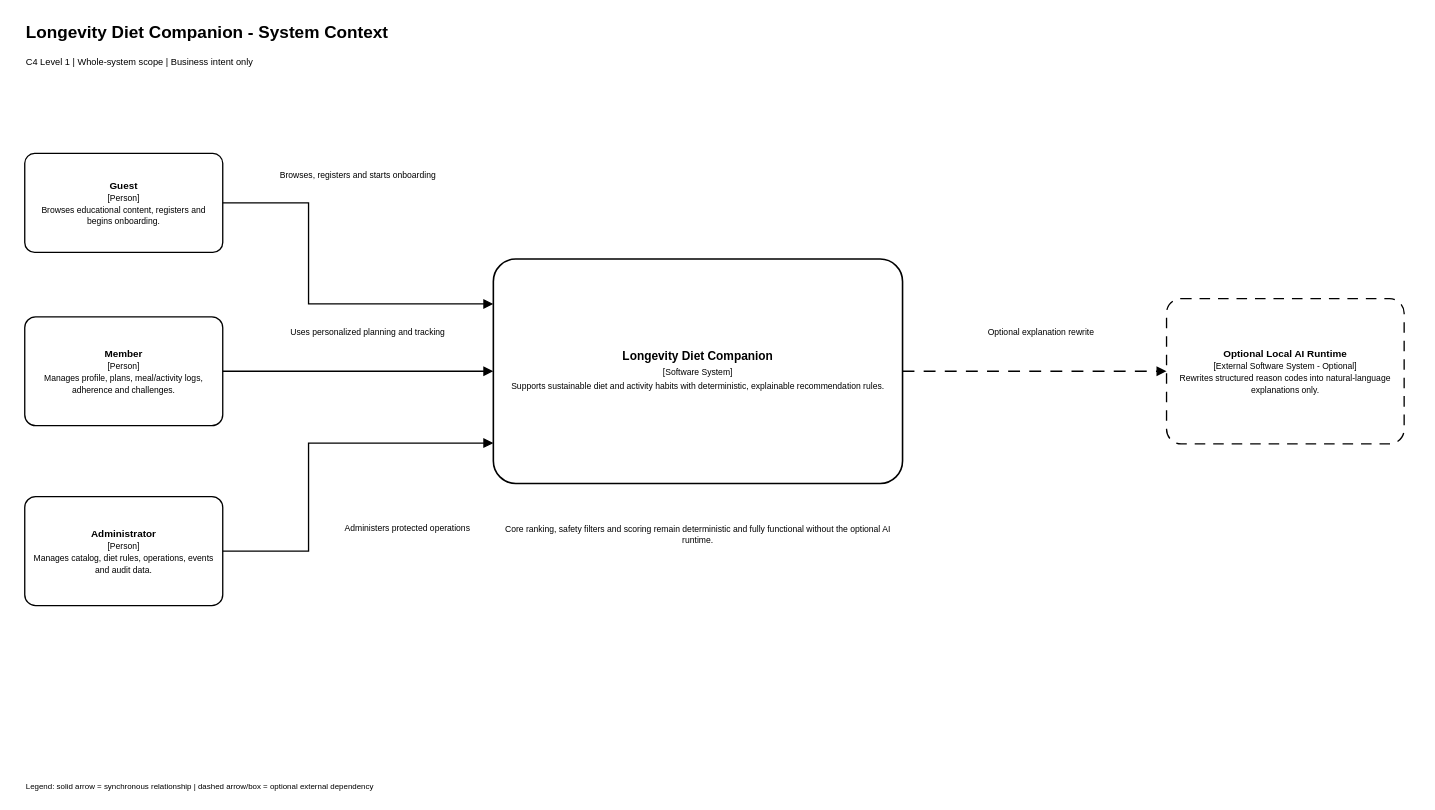
This is docs/architecture/01-system-context.drawio from YAHsaveme/FPTUSE_LongevityDiet, a draw.io file, before an edit. Source tidied: cells renumbered, new cells numbered last; positions are measured from the earlier drawing's top-left corner, leaving out a move shared by most shapes. Both pictures are drawn from the tidied source at 66%, with x=0, y=0 at pixel (24, 18).
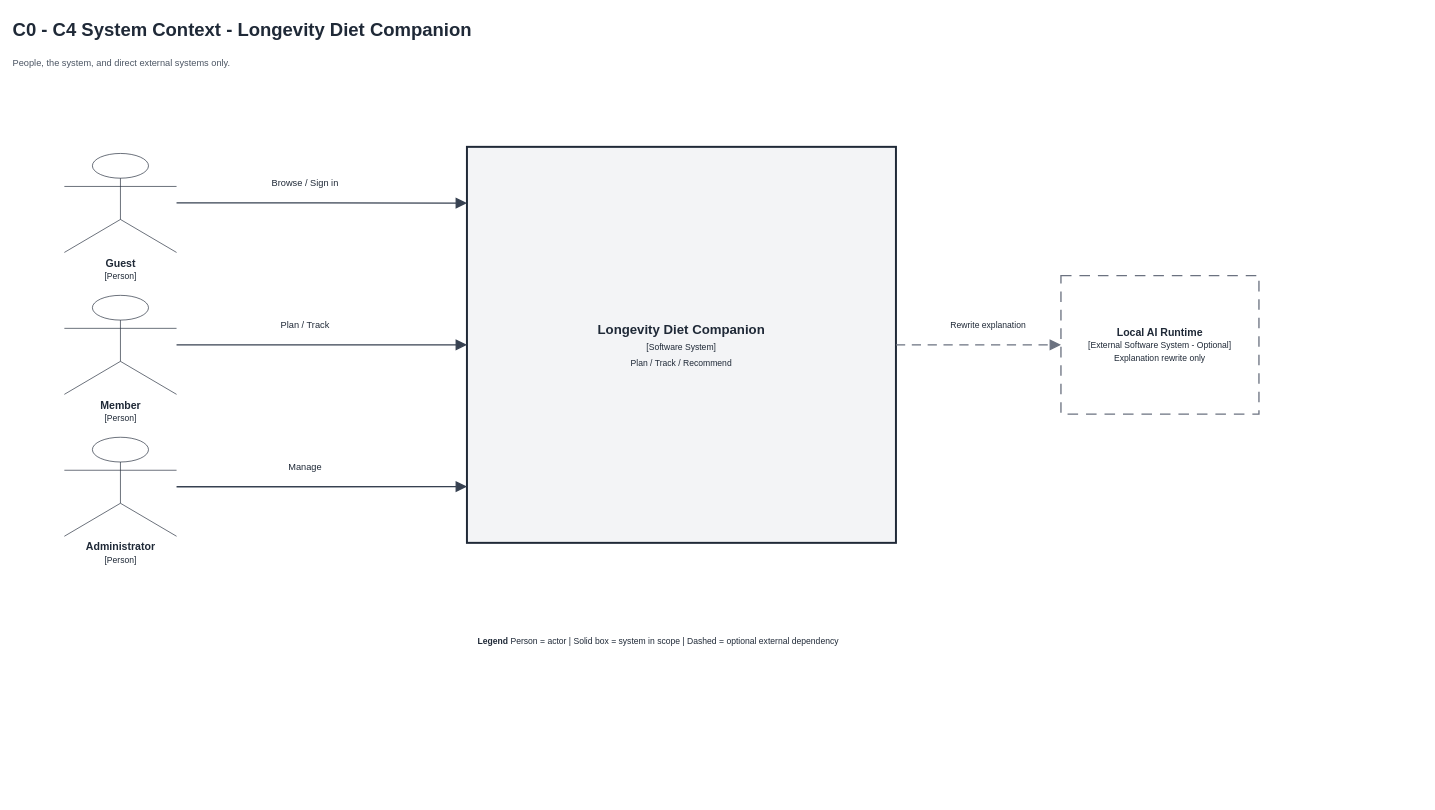
The same diagram, later.

Change to the diagram source:
```diff
@@
-<mxGraphModel background="#ffffff">
+<mxGraphModel>
@@
-    <mxCell id="2" value="&lt;b&gt;Longevity Diet Companion - System Context&lt;/b&gt;" style="text;html=1;strokeColor=none;fillColor=none;whiteSpace=wrap;fontColor=#000000;fontFamily=Arial;verticalAlign=middle;fontSize=26;align=left;" parent="1" vertex="1">
-      <mxGeometry width="2120" height="44" as="geometry" />
-    </mxCell>
-    <mxCell id="3" value="C4 Level 1 | Whole-system scope | Business intent only" style="text;html=1;strokeColor=none;fillColor=none;whiteSpace=wrap;fontColor=#000000;fontFamily=Arial;verticalAlign=middle;fontSize=14;align=left;" parent="1" vertex="1">
-      <mxGeometry y="50" width="2120" height="34" as="geometry" />
-    </mxCell>
-    <mxCell id="4" value="&lt;b&gt;Guest&lt;/b&gt;&lt;br&gt;&lt;span style=&quot;font-size:13px&quot;&gt;[Person]&lt;/span&gt;&lt;br&gt;&lt;span style=&quot;font-size:13px&quot;&gt;Browses educational content, registers and begins onboarding.&lt;/span&gt;" style="rounded=1;arcSize=10;whiteSpace=wrap;html=1;fillColor=#ffffff;strokeColor=#000000;strokeWidth=2;fontColor=#000000;fontFamily=Arial;align=center;verticalAlign=middle;spacing=12;fontSize=15;" parent="1" vertex="1">
-      <mxGeometry y="205" width="300" height="150" as="geometry" />
-    </mxCell>
-    <mxCell id="5" value="&lt;b&gt;Member&lt;/b&gt;&lt;br&gt;&lt;span style=&quot;font-size:13px&quot;&gt;[Person]&lt;/span&gt;&lt;br&gt;&lt;span style=&quot;font-size:13px&quot;&gt;Manages profile, plans, meal/activity logs, adherence and challenges.&lt;/span&gt;" style="rounded=1;arcSize=10;whiteSpace=wrap;html=1;fillColor=#ffffff;strokeColor=#000000;strokeWidth=2;fontColor=#000000;fontFamily=Arial;align=center;verticalAlign=middle;spacing=12;fontSize=15;" parent="1" vertex="1">
-      <mxGeometry y="452.5" width="300" height="165" as="geometry" />
-    </mxCell>
-    <mxCell id="6" value="&lt;b&gt;Administrator&lt;/b&gt;&lt;br&gt;&lt;span style=&quot;font-size:13px&quot;&gt;[Person]&lt;/span&gt;&lt;br&gt;&lt;span style=&quot;font-size:13px&quot;&gt;Manages catalog, diet rules, operations, events and audit data.&lt;/span&gt;" style="rounded=1;arcSize=10;whiteSpace=wrap;html=1;fillColor=#ffffff;strokeColor=#000000;strokeWidth=2;fontColor=#000000;fontFamily=Arial;align=center;verticalAlign=middle;spacing=12;fontSize=15;" parent="1" vertex="1">
-      <mxGeometry y="725" width="300" height="165" as="geometry" />
-    </mxCell>
-    <mxCell id="7" value="&lt;b&gt;Longevity Diet Companion&lt;/b&gt;&lt;br&gt;&lt;span style=&quot;font-size:13px&quot;&gt;[Software System]&lt;/span&gt;&lt;br&gt;&lt;span style=&quot;font-size:13px&quot;&gt;Supports sustainable diet and activity habits with deterministic, explainable recommendation rules.&lt;/span&gt;" style="rounded=1;arcSize=10;whiteSpace=wrap;html=1;fillColor=#ffffff;strokeColor=#000000;strokeWidth=2;fontColor=#000000;fontFamily=Arial;align=center;verticalAlign=middle;spacing=12;fontSize=18;strokeWidth=2.4;" parent="1" vertex="1">
-      <mxGeometry x="710" y="365" width="620" height="340" as="geometry" />
-    </mxCell>
-    <mxCell id="8" value="&lt;b&gt;Optional Local AI Runtime&lt;/b&gt;&lt;br&gt;&lt;span style=&quot;font-size:13px&quot;&gt;[External Software System - Optional]&lt;/span&gt;&lt;br&gt;&lt;span style=&quot;font-size:13px&quot;&gt;Rewrites structured reason codes into natural-language explanations only.&lt;/span&gt;" style="rounded=1;arcSize=10;whiteSpace=wrap;html=1;fillColor=#ffffff;strokeColor=#000000;strokeWidth=2;dashed=1;dashPattern=8 6;fontColor=#000000;fontFamily=Arial;align=center;verticalAlign=middle;spacing=12;fontSize=15;" parent="1" vertex="1">
-      <mxGeometry x="1730" y="425" width="360" height="220" as="geometry" />
-    </mxCell>
-    <mxCell id="9" style="edgeStyle=orthogonalEdgeStyle;rounded=0;jettySize=0;html=1;strokeColor=#000000;strokeWidth=2;endArrow=block;endFill=1;exitX=1;exitY=0.5;entryX=0;entryY=0.2;curved=0;sourceJettySize=0;targetJettySize=0;endSize=10;" parent="1" edge="1" source="4" target="7">
-      <mxGeometry relative="1" as="geometry">
-        <Array as="points">
-          <mxPoint x="430" y="280" />
-          <mxPoint x="430" y="433" />
-          <mxPoint x="710" y="433" />
-        </Array>
-      </mxGeometry>
-    </mxCell>
-    <mxCell id="10" style="edgeStyle=none;rounded=0;jettySize=0;html=1;strokeColor=#000000;strokeWidth=2;endArrow=block;endFill=1;exitX=1;exitY=0.5;entryX=0;entryY=0.5;curved=0;sourceJettySize=0;targetJettySize=0;endSize=10;" parent="1" edge="1" source="5" target="7">
-      <mxGeometry relative="1" as="geometry" />
-    </mxCell>
-    <mxCell id="11" style="edgeStyle=orthogonalEdgeStyle;rounded=0;jettySize=0;html=1;strokeColor=#000000;strokeWidth=2;endArrow=block;endFill=1;exitX=1;exitY=0.5;entryX=0;entryY=0.82;curved=0;sourceJettySize=0;targetJettySize=0;endSize=10;" parent="1" edge="1" source="6" target="7">
-      <mxGeometry relative="1" as="geometry">
-        <Array as="points">
-          <mxPoint x="430" y="807.5" />
-          <mxPoint x="430" y="643.8" />
-          <mxPoint x="710" y="643.8" />
-        </Array>
-      </mxGeometry>
-    </mxCell>
-    <mxCell id="12" style="edgeStyle=none;rounded=0;jettySize=0;html=1;strokeColor=#000000;strokeWidth=2;dashed=1;dashPattern=9 7;endArrow=block;endFill=1;exitX=1;exitY=0.5;entryX=0;entryY=0.5;curved=0;sourceJettySize=0;targetJettySize=0;endSize=10;" parent="1" edge="1" source="7" target="8">
-      <mxGeometry relative="1" as="geometry" />
-    </mxCell>
-    <mxCell id="13" value="Browses, registers and starts onboarding" style="text;html=1;strokeColor=none;fillColor=none;whiteSpace=wrap;fontColor=#000000;fontFamily=Arial;verticalAlign=middle;fontSize=13;align=center;" parent="1" vertex="1">
-      <mxGeometry x="340" y="215" width="330" height="44" as="geometry" />
-    </mxCell>
-    <mxCell id="14" value="Uses personalized planning and tracking" style="text;html=1;strokeColor=none;fillColor=none;whiteSpace=wrap;fontColor=#000000;fontFamily=Arial;verticalAlign=middle;fontSize=13;align=center;" parent="1" vertex="1">
-      <mxGeometry x="355" y="455" width="330" height="40" as="geometry" />
-    </mxCell>
-    <mxCell id="15" value="Administers protected operations" style="text;html=1;strokeColor=none;fillColor=none;whiteSpace=wrap;fontColor=#000000;fontFamily=Arial;verticalAlign=middle;fontSize=13;align=center;" parent="1" vertex="1">
-      <mxGeometry x="460" y="750" width="240" height="44" as="geometry" />
-    </mxCell>
-    <mxCell id="16" value="Optional explanation rewrite" style="text;html=1;strokeColor=none;fillColor=none;whiteSpace=wrap;fontColor=#000000;fontFamily=Arial;verticalAlign=middle;fontSize=13;align=center;" parent="1" vertex="1">
-      <mxGeometry x="1390" y="455" width="300" height="40" as="geometry" />
-    </mxCell>
-    <mxCell id="17" value="Core ranking, safety filters and scoring remain deterministic and fully functional without the optional AI runtime." style="text;html=1;strokeColor=none;fillColor=none;whiteSpace=wrap;fontColor=#000000;fontFamily=Arial;verticalAlign=middle;fontSize=13;align=center;" parent="1" vertex="1">
-      <mxGeometry x="715" y="745" width="610" height="74" as="geometry" />
-    </mxCell>
-    <mxCell id="18" value="Legend: solid arrow = synchronous relationship | dashed arrow/box = optional external dependency" style="text;html=1;strokeColor=none;fillColor=none;whiteSpace=wrap;fontColor=#000000;fontFamily=Arial;verticalAlign=middle;fontSize=12;align=left;" parent="1" vertex="1">
-      <mxGeometry y="1145" width="1200" height="38" as="geometry" />
-    </mxCell>
+    <mxCell id="19" value="C0 - C4 System Context - Longevity Diet Companion" style="text;html=1;strokeColor=none;fillColor=none;align=left;verticalAlign=middle;whiteSpace=wrap;rounded=0;fontFamily=Arial;fontColor=#1F2937;fontSize=28;align=left;fontColor=#1F2937;fontStyle=1;" parent="1" vertex="1">
+      <mxGeometry x="-20" y="-10" width="1900" height="55" as="geometry" />
+    </mxCell>
+    <mxCell id="20" value="People, the system, and direct external systems only." style="text;html=1;strokeColor=none;fillColor=none;align=left;verticalAlign=middle;whiteSpace=wrap;rounded=0;fontFamily=Arial;fontColor=#1F2937;fontSize=14;align=left;fontColor=#4B5563;" parent="1" vertex="1">
+      <mxGeometry x="-20" y="48" width="1900" height="40" as="geometry" />
+    </mxCell>
+    <mxCell id="21" value="&lt;b&gt;Guest&lt;/b&gt;&lt;br&gt;&lt;font style='font-size:13px'&gt;[Person]&lt;/font&gt;" style="shape=umlActor;verticalLabelPosition=bottom;verticalAlign=top;html=1;strokeColor=#1F2937;fillColor=#FFFFFF;fontFamily=Arial;fontColor=#1F2937;fontSize=16;" parent="1" vertex="1">
+      <mxGeometry x="60" y="205" width="170" height="150" as="geometry" />
+    </mxCell>
+    <mxCell id="22" value="&lt;b&gt;Member&lt;/b&gt;&lt;br&gt;&lt;font style='font-size:13px'&gt;[Person]&lt;/font&gt;" style="shape=umlActor;verticalLabelPosition=bottom;verticalAlign=top;html=1;strokeColor=#1F2937;fillColor=#FFFFFF;fontFamily=Arial;fontColor=#1F2937;fontSize=16;" parent="1" vertex="1">
+      <mxGeometry x="60" y="420" width="170" height="150" as="geometry" />
+    </mxCell>
+    <mxCell id="23" value="&lt;b&gt;Administrator&lt;/b&gt;&lt;br&gt;&lt;font style='font-size:13px'&gt;[Person]&lt;/font&gt;" style="shape=umlActor;verticalLabelPosition=bottom;verticalAlign=top;html=1;strokeColor=#1F2937;fillColor=#FFFFFF;fontFamily=Arial;fontColor=#1F2937;fontSize=16;" parent="1" vertex="1">
+      <mxGeometry x="60" y="635" width="170" height="150" as="geometry" />
+    </mxCell>
+    <mxCell id="24" value="&lt;b&gt;Longevity Diet Companion&lt;/b&gt;&lt;br&gt;&lt;font style='font-size:13px'&gt;[Software System]&lt;/font&gt;&lt;br&gt;&lt;font style='font-size:13px'&gt;Plan / Track / Recommend&lt;/font&gt;" style="rounded=0;whiteSpace=wrap;html=1;fillColor=#FFFFFF;strokeColor=#374151;strokeWidth=2;fontFamily=Arial;fontColor=#1F2937;align=center;verticalAlign=middle;fillColor=#F3F4F6;strokeColor=#1F2937;strokeWidth=3;fontSize=20;spacing=20;" parent="1" vertex="1">
+      <mxGeometry x="670" y="195" width="650" height="600" as="geometry" />
+    </mxCell>
+    <mxCell id="25" value="&lt;b&gt;Local AI Runtime&lt;/b&gt;&lt;br&gt;&lt;font style='font-size:13px'&gt;[External Software System - Optional]&lt;/font&gt;&lt;br&gt;&lt;font style='font-size:13px'&gt;Explanation rewrite only&lt;/font&gt;" style="rounded=0;whiteSpace=wrap;html=1;fillColor=#FFFFFF;strokeColor=#374151;strokeWidth=2;fontFamily=Arial;fontColor=#1F2937;align=center;verticalAlign=middle;dashed=1;dashPattern=8 6;strokeColor=#6B7280;fontSize=16;spacing=14;" parent="1" vertex="1">
+      <mxGeometry x="1570" y="390" width="300" height="210" as="geometry" />
+    </mxCell>
+    <mxCell id="26" style="edgeStyle=orthogonalEdgeStyle;rounded=0;curved=0;jettySize=auto;html=1;endArrow=block;endFill=1;endSize=12;strokeColor=#374151;strokeWidth=2;exitX=1;exitY=0.5;exitDx=0;exitDy=0;entryX=0;entryY=0.142;entryDx=0;entryDy=0;" parent="1" edge="1" source="21" target="24">
+      <mxGeometry relative="1" as="geometry" />
+    </mxCell>
+    <mxCell id="27" style="edgeStyle=orthogonalEdgeStyle;rounded=0;curved=0;jettySize=auto;html=1;endArrow=block;endFill=1;endSize=12;strokeColor=#374151;strokeWidth=2;exitX=1;exitY=0.5;exitDx=0;exitDy=0;entryX=0;entryY=0.5;entryDx=0;entryDy=0;" parent="1" edge="1" source="22" target="24">
+      <mxGeometry relative="1" as="geometry" />
+    </mxCell>
+    <mxCell id="28" style="edgeStyle=orthogonalEdgeStyle;rounded=0;curved=0;jettySize=auto;html=1;endArrow=block;endFill=1;endSize=12;strokeColor=#374151;strokeWidth=2;exitX=1;exitY=0.5;exitDx=0;exitDy=0;entryX=0;entryY=0.858;entryDx=0;entryDy=0;" parent="1" edge="1" source="23" target="24">
+      <mxGeometry relative="1" as="geometry" />
+    </mxCell>
+    <mxCell id="29" style="edgeStyle=orthogonalEdgeStyle;rounded=0;curved=0;jettySize=auto;html=1;endArrow=block;endFill=1;endSize=12;strokeColor=#374151;strokeWidth=2;dashed=1;dashPattern=7 5;strokeColor=#6B7280;exitX=1;exitY=0.5;exitDx=0;exitDy=0;entryX=0;entryY=0.5;entryDx=0;entryDy=0;" parent="1" edge="1" source="24" target="25">
+      <mxGeometry relative="1" as="geometry" />
+    </mxCell>
+    <mxCell id="30" value="Browse / Sign in" style="text;html=1;strokeColor=none;fillColor=none;align=left;verticalAlign=middle;whiteSpace=wrap;rounded=0;fontFamily=Arial;fontColor=#1F2937;fontSize=14;align=center;fontColor=#1F2937;" parent="1" vertex="1">
+      <mxGeometry x="300" y="235" width="250" height="30" as="geometry" />
+    </mxCell>
+    <mxCell id="31" value="Plan / Track" style="text;html=1;strokeColor=none;fillColor=none;align=left;verticalAlign=middle;whiteSpace=wrap;rounded=0;fontFamily=Arial;fontColor=#1F2937;fontSize=14;align=center;fontColor=#1F2937;" parent="1" vertex="1">
+      <mxGeometry x="300" y="450" width="250" height="30" as="geometry" />
+    </mxCell>
+    <mxCell id="32" value="Manage" style="text;html=1;strokeColor=none;fillColor=none;align=left;verticalAlign=middle;whiteSpace=wrap;rounded=0;fontFamily=Arial;fontColor=#1F2937;fontSize=14;align=center;fontColor=#1F2937;" parent="1" vertex="1">
+      <mxGeometry x="300" y="665" width="250" height="30" as="geometry" />
+    </mxCell>
+    <mxCell id="33" value="Rewrite explanation" style="text;html=1;strokeColor=none;fillColor=none;align=left;verticalAlign=middle;whiteSpace=wrap;rounded=0;fontFamily=Arial;fontColor=#1F2937;fontSize=13;align=center;fontColor=#1F2937;" parent="1" vertex="1">
+      <mxGeometry x="1360" y="450" width="200" height="30" as="geometry" />
+    </mxCell>
+    <mxCell id="34" value="&lt;b&gt;Legend&lt;/b&gt;  Person = actor  |  Solid box = system in scope  |  Dashed = optional external dependency" style="text;html=1;strokeColor=none;fillColor=none;align=left;verticalAlign=middle;whiteSpace=wrap;rounded=0;fontFamily=Arial;fontColor=#1F2937;fontSize=13;align=center;fontColor=#1F2937;" parent="1" vertex="1">
+      <mxGeometry x="330" y="925" width="1260" height="36" as="geometry" />
+    </mxCell>
```
